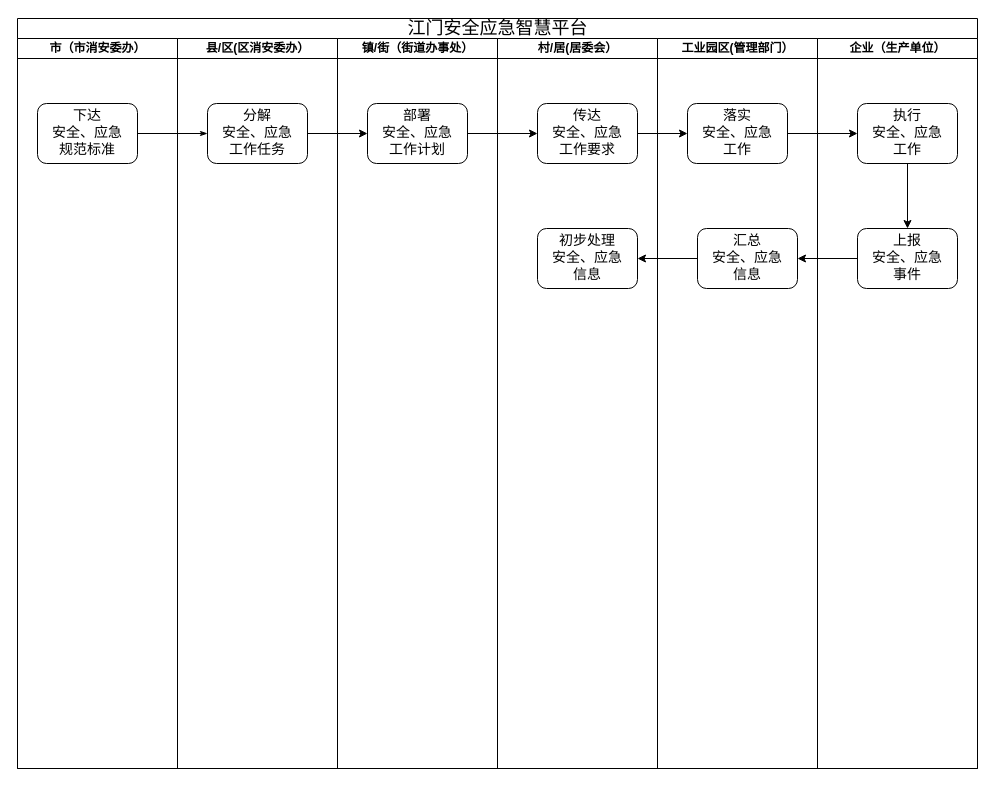
Above: 安全应急智慧平台六级联动流程.drawio in JamesCheungSW/FlowChart-Center (draw.io), before the change. Source tidied: cells renumbered, new cells numbered last; positions are measured from the earlier drawing's top-left corner, leaving out a move shared by most shapes. Both pictures are drawn from the tidied source at 100%, with x=0, y=0 at pixel (17, 18).
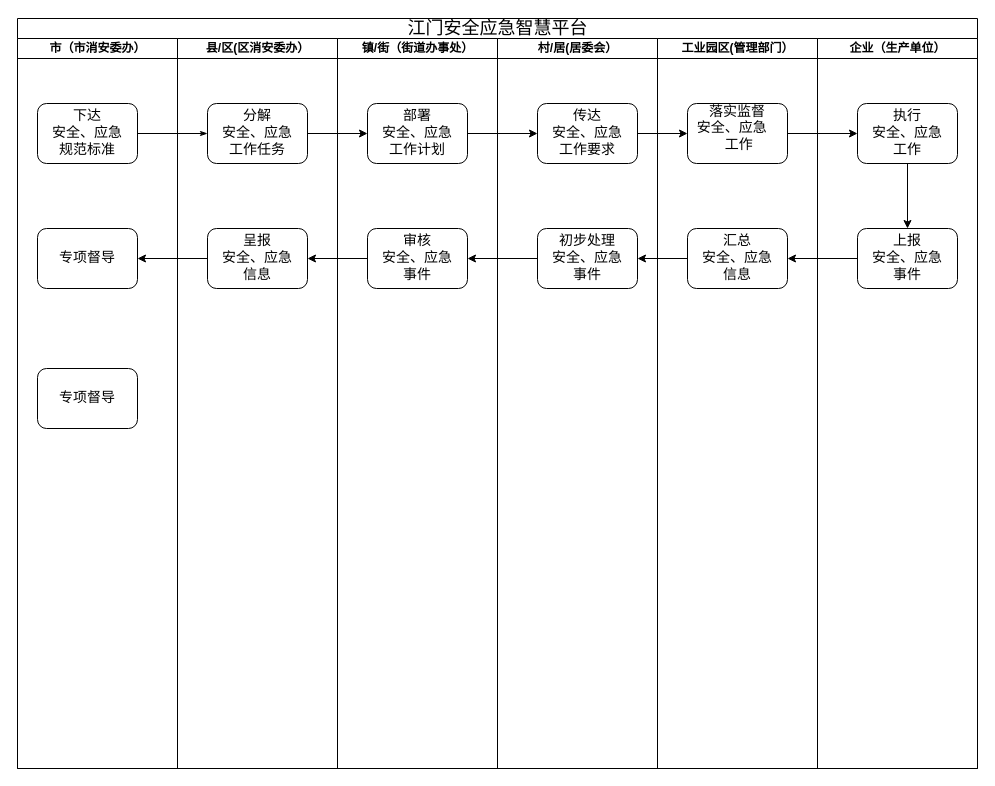
The same diagram, later.

Commit message (it also covers changes not shown here):
更新安全应急智慧平台六级联动流程.drawio

The change refers to these unchanged cells:
```xml
<mxCell id="2" value="&lt;font face=&quot;Times New Roman&quot; style=&quot;font-size: 18px; font-weight: normal;&quot;&gt;江门安全应急智慧平台&lt;/font&gt;" style="swimlane;html=1;startSize=20;rounded=0;shadow=0;labelBackgroundColor=none;strokeWidth=1;fontFamily=Verdana;fontSize=8;align=center;" parent="1" vertex="1">
  <mxGeometry width="960" height="750" as="geometry" />
</mxCell>
<mxCell id="4" value="市（市消安委办）" style="swimlane;html=1;startSize=20;" parent="2" vertex="1">
  <mxGeometry y="20" width="160" height="730" as="geometry" />
</mxCell>
<mxCell id="6" value="县/区(区消安委办）" style="swimlane;html=1;startSize=20;" parent="2" vertex="1">
  <mxGeometry x="160" y="20" width="160" height="730" as="geometry" />
</mxCell>
<mxCell id="8" value="镇/街（街道办事处）" style="swimlane;html=1;startSize=20;" parent="2" vertex="1">
  <mxGeometry x="320" y="20" width="160" height="730" as="geometry" />
</mxCell>
<mxCell id="10" value="村/居(居委会）" style="swimlane;html=1;startSize=20;" parent="2" vertex="1">
  <mxGeometry x="480" y="20" width="160" height="730" as="geometry" />
</mxCell>
<mxCell id="13" value="工业园区(管理部门）" style="swimlane;html=1;startSize=20;" parent="2" vertex="1">
  <mxGeometry x="640" y="20" width="160" height="730" as="geometry" />
</mxCell>
```

Change to the diagram source:
```diff
@@
+    <mxCell id="26" value="&lt;font face=&quot;Times New Roman&quot;&gt;&lt;span style=&quot;font-size: 14px;&quot;&gt;专项督导&lt;/span&gt;&lt;/font&gt;" style="rounded=1;whiteSpace=wrap;html=1;shadow=0;labelBackgroundColor=none;strokeWidth=1;fontFamily=Verdana;fontSize=8;align=center;" parent="4" vertex="1">
+      <mxGeometry x="20" y="190" width="100" height="60" as="geometry" />
+    </mxCell>
+    <mxCell id="27" value="&lt;font face=&quot;Times New Roman&quot;&gt;&lt;span style=&quot;font-size: 14px;&quot;&gt;专项督导&lt;/span&gt;&lt;/font&gt;" style="rounded=1;whiteSpace=wrap;html=1;shadow=0;labelBackgroundColor=none;strokeWidth=1;fontFamily=Verdana;fontSize=8;align=center;" parent="4" vertex="1">
+      <mxGeometry x="20" y="330" width="100" height="60" as="geometry" />
+    </mxCell>
@@
+    <mxCell id="28" value="&lt;font face=&quot;Times New Roman&quot;&gt;&lt;span style=&quot;font-size: 14px;&quot;&gt;呈报&lt;/span&gt;&lt;/font&gt;&lt;br&gt;&lt;div&gt;&lt;font face=&quot;Times New Roman&quot;&gt;&lt;span style=&quot;font-size: 14px;&quot;&gt;安全、应急&lt;/span&gt;&lt;/font&gt;&lt;/div&gt;&lt;div&gt;&lt;font face=&quot;Times New Roman&quot;&gt;&lt;span style=&quot;font-size: 14px;&quot;&gt;信息&lt;/span&gt;&lt;/font&gt;&lt;/div&gt;" style="rounded=1;whiteSpace=wrap;html=1;shadow=0;labelBackgroundColor=none;strokeWidth=1;fontFamily=Verdana;fontSize=8;align=center;" parent="6" vertex="1">
+      <mxGeometry x="30" y="190" width="100" height="60" as="geometry" />
+    </mxCell>
@@
+    <mxCell id="29" value="&lt;font face=&quot;Times New Roman&quot;&gt;&lt;span style=&quot;font-size: 14px;&quot;&gt;审核&lt;/span&gt;&lt;/font&gt;&lt;br&gt;&lt;div&gt;&lt;font face=&quot;Times New Roman&quot;&gt;&lt;span style=&quot;font-size: 14px;&quot;&gt;安全、应急&lt;/span&gt;&lt;/font&gt;&lt;/div&gt;&lt;div&gt;&lt;font face=&quot;Times New Roman&quot;&gt;&lt;span style=&quot;font-size: 14px;&quot;&gt;事件&lt;/span&gt;&lt;/font&gt;&lt;/div&gt;" style="rounded=1;whiteSpace=wrap;html=1;shadow=0;labelBackgroundColor=none;strokeWidth=1;fontFamily=Verdana;fontSize=8;align=center;" parent="8" vertex="1">
+      <mxGeometry x="30" y="190" width="100" height="60" as="geometry" />
+    </mxCell>
@@
-    <mxCell id="12" value="&lt;font face=&quot;Times New Roman&quot;&gt;&lt;span style=&quot;font-size: 14px;&quot;&gt;初步处理&lt;/span&gt;&lt;/font&gt;&lt;br&gt;&lt;div&gt;&lt;font face=&quot;Times New Roman&quot;&gt;&lt;span style=&quot;font-size: 14px;&quot;&gt;安全、应急&lt;/span&gt;&lt;/font&gt;&lt;/div&gt;&lt;div&gt;&lt;font face=&quot;Times New Roman&quot;&gt;&lt;span style=&quot;font-size: 14px;&quot;&gt;信息&lt;/span&gt;&lt;/font&gt;&lt;/div&gt;" style="rounded=1;whiteSpace=wrap;html=1;shadow=0;labelBackgroundColor=none;strokeWidth=1;fontFamily=Verdana;fontSize=8;align=center;" parent="10" vertex="1">
+    <mxCell id="12" value="&lt;font face=&quot;Times New Roman&quot;&gt;&lt;span style=&quot;font-size: 14px;&quot;&gt;初步处理&lt;/span&gt;&lt;/font&gt;&lt;br&gt;&lt;div&gt;&lt;font face=&quot;Times New Roman&quot;&gt;&lt;span style=&quot;font-size: 14px;&quot;&gt;安全、应急&lt;/span&gt;&lt;/font&gt;&lt;/div&gt;&lt;div&gt;&lt;font face=&quot;Times New Roman&quot;&gt;&lt;span style=&quot;font-size: 14px;&quot;&gt;事件&lt;/span&gt;&lt;/font&gt;&lt;/div&gt;" style="rounded=1;whiteSpace=wrap;html=1;shadow=0;labelBackgroundColor=none;strokeWidth=1;fontFamily=Verdana;fontSize=8;align=center;" parent="10" vertex="1">
       <mxGeometry x="40" y="190" width="100" height="60" as="geometry" />
     </mxCell>
@@
-    <mxCell id="14" value="&lt;font face=&quot;Times New Roman&quot;&gt;&lt;span style=&quot;font-size: 14px;&quot;&gt;落实&lt;/span&gt;&lt;/font&gt;&lt;br&gt;&lt;div&gt;&lt;font face=&quot;Times New Roman&quot;&gt;&lt;span style=&quot;font-size: 14px;&quot;&gt;安全、应急&lt;/span&gt;&lt;/font&gt;&lt;/div&gt;&lt;div&gt;&lt;font face=&quot;Times New Roman&quot;&gt;&lt;span style=&quot;font-size: 14px;&quot;&gt;工作&lt;/span&gt;&lt;/font&gt;&lt;/div&gt;" style="rounded=1;whiteSpace=wrap;html=1;shadow=0;labelBackgroundColor=none;strokeWidth=1;fontFamily=Verdana;fontSize=8;align=center;" parent="13" vertex="1">
+    <mxCell id="14" value="&lt;font face=&quot;Times New Roman&quot;&gt;&lt;span style=&quot;font-size: 14px;&quot;&gt;落实监督&lt;/span&gt;&lt;/font&gt;&lt;div&gt;&lt;font face=&quot;Times New Roman&quot;&gt;&lt;span style=&quot;font-size: 14px;&quot;&gt;安全、应急&amp;nbsp; &amp;nbsp; &amp;nbsp;工作&lt;/span&gt;&lt;/font&gt;&lt;br&gt;&lt;div&gt;&lt;br&gt;&lt;/div&gt;&lt;/div&gt;" style="rounded=1;whiteSpace=wrap;html=1;shadow=0;labelBackgroundColor=none;strokeWidth=1;fontFamily=Verdana;fontSize=8;align=center;" parent="13" vertex="1">
       <mxGeometry x="30" y="65" width="100" height="60" as="geometry" />
     </mxCell>
     <mxCell id="15" value="&lt;font face=&quot;Times New Roman&quot;&gt;&lt;span style=&quot;font-size: 14px;&quot;&gt;汇总&lt;/span&gt;&lt;/font&gt;&lt;br&gt;&lt;div&gt;&lt;font face=&quot;Times New Roman&quot;&gt;&lt;span style=&quot;font-size: 14px;&quot;&gt;安全、应急&lt;/span&gt;&lt;/font&gt;&lt;/div&gt;&lt;div&gt;&lt;font face=&quot;Times New Roman&quot;&gt;&lt;span style=&quot;font-size: 14px;&quot;&gt;信息&lt;/span&gt;&lt;/font&gt;&lt;/div&gt;" style="rounded=1;whiteSpace=wrap;html=1;shadow=0;labelBackgroundColor=none;strokeWidth=1;fontFamily=Verdana;fontSize=8;align=center;" parent="13" vertex="1">
-      <mxGeometry x="40" y="190" width="100" height="60" as="geometry" />
+      <mxGeometry x="30" y="190" width="100" height="60" as="geometry" />
     </mxCell>
@@
+    <mxCell id="30" style="edgeStyle=orthogonalEdgeStyle;rounded=0;jettySize=auto;html=1;" parent="2" edge="1" source="12" target="29">
+      <mxGeometry relative="1" as="geometry" />
+    </mxCell>
+    <mxCell id="31" style="edgeStyle=orthogonalEdgeStyle;rounded=0;jettySize=auto;html=1;" parent="2" edge="1" source="29" target="28">
+      <mxGeometry relative="1" as="geometry" />
+    </mxCell>
+    <mxCell id="32" style="edgeStyle=orthogonalEdgeStyle;rounded=0;jettySize=auto;html=1;" parent="2" edge="1" source="28" target="26">
+      <mxGeometry relative="1" as="geometry" />
+    </mxCell>
```
